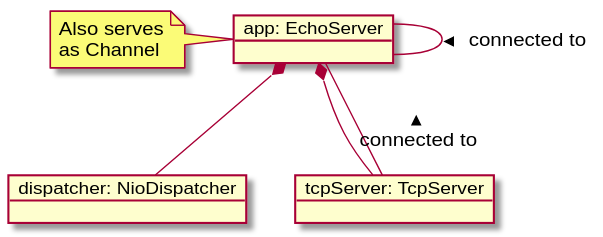
Above: EchoServer.svg in mnlipp/jgrapes (PlantUML), before the change. Source of this version:
```plantuml
@startuml EchoServer.svg

object "app: EchoServer" as app
object "dispatcher: NioDispatcher" as dispatcher
object "tcpServer: TcpServer" as tcpServer

app *-- dispatcher
app *-- tcpServer
app -- app: connected to >
tcpServer -up- app: connected to >

note left of app: Also serves\nas Channel

@enduml
```
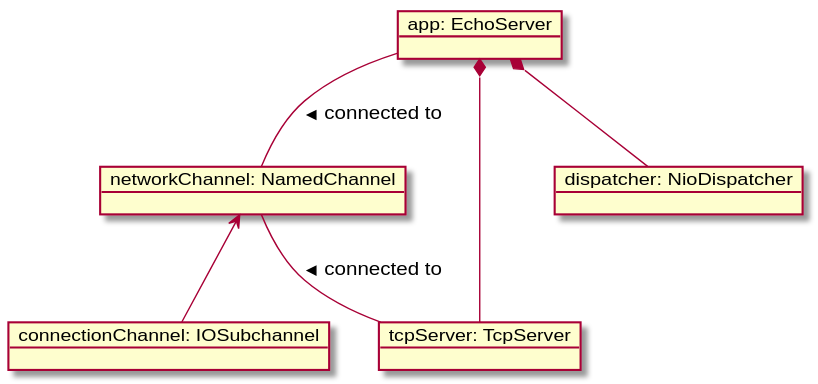
Above is the later version.

Diff of the diagram source:
```diff
@@ -1,14 +1,15 @@
 @startuml EchoServer.svg
 
 object "app: EchoServer" as app
+object "networkChannel: NamedChannel" as channel
+object "connectionChannel: IOSubchannel" as subchannel
+object "tcpServer: TcpServer" as tcpServer
 object "dispatcher: NioDispatcher" as dispatcher
-object "tcpServer: TcpServer" as tcpServer
 
 app *-- dispatcher
 app *-- tcpServer
-app -- app: connected to >
-tcpServer -up- app: connected to >
-
-note left of app: Also serves\nas Channel
+app -- channel: connected to >
+tcpServer -up- channel: connected to >
+subchannel -up-> channel
 
 @enduml
```
